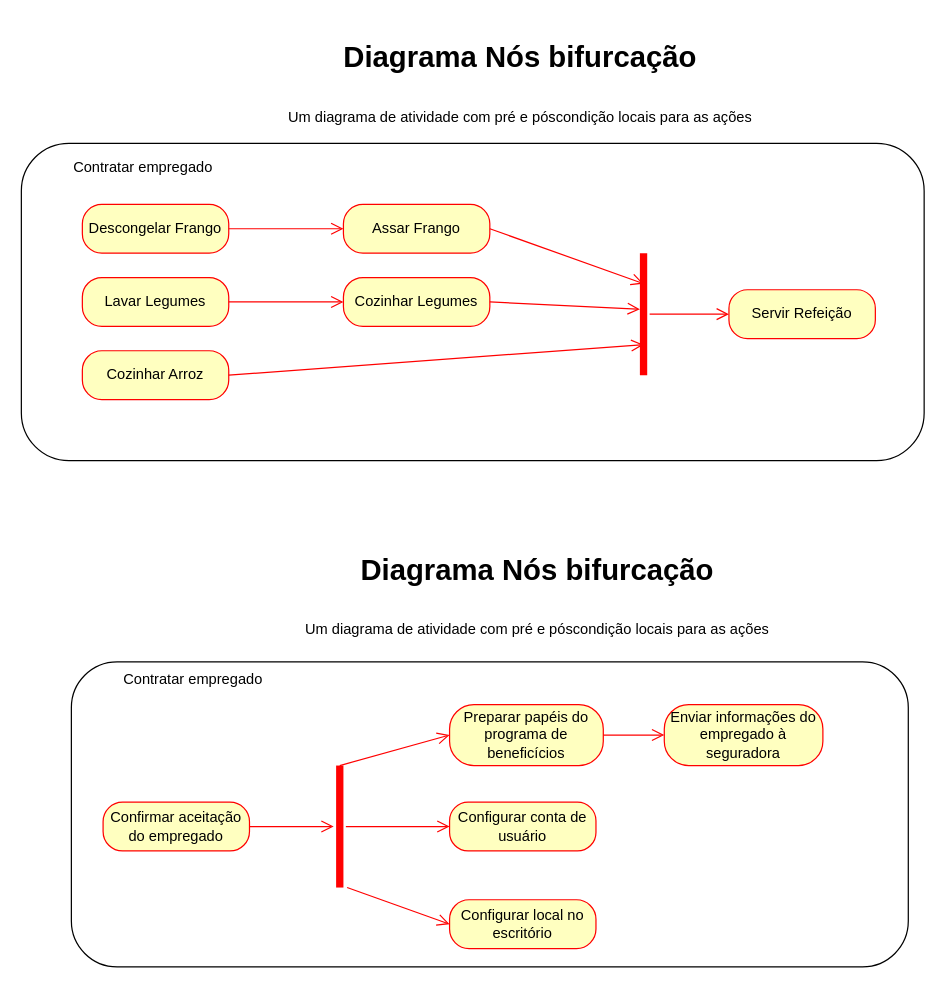
The draw.io diagram page "Nós bifurcação" (5 of 7) of Outros/POO UML/Aula 3/Diagrama de atividades.drawio in luiscarlosjunior/aulas-graduacao, before the edit. Source tidied: cells renumbered, new cells numbered last; positions are measured from the earlier drawing's top-left corner, leaving out a move shared by most shapes. Both pictures are drawn from the tidied source at 122%, with x=0, y=0 at pixel (21, 33).
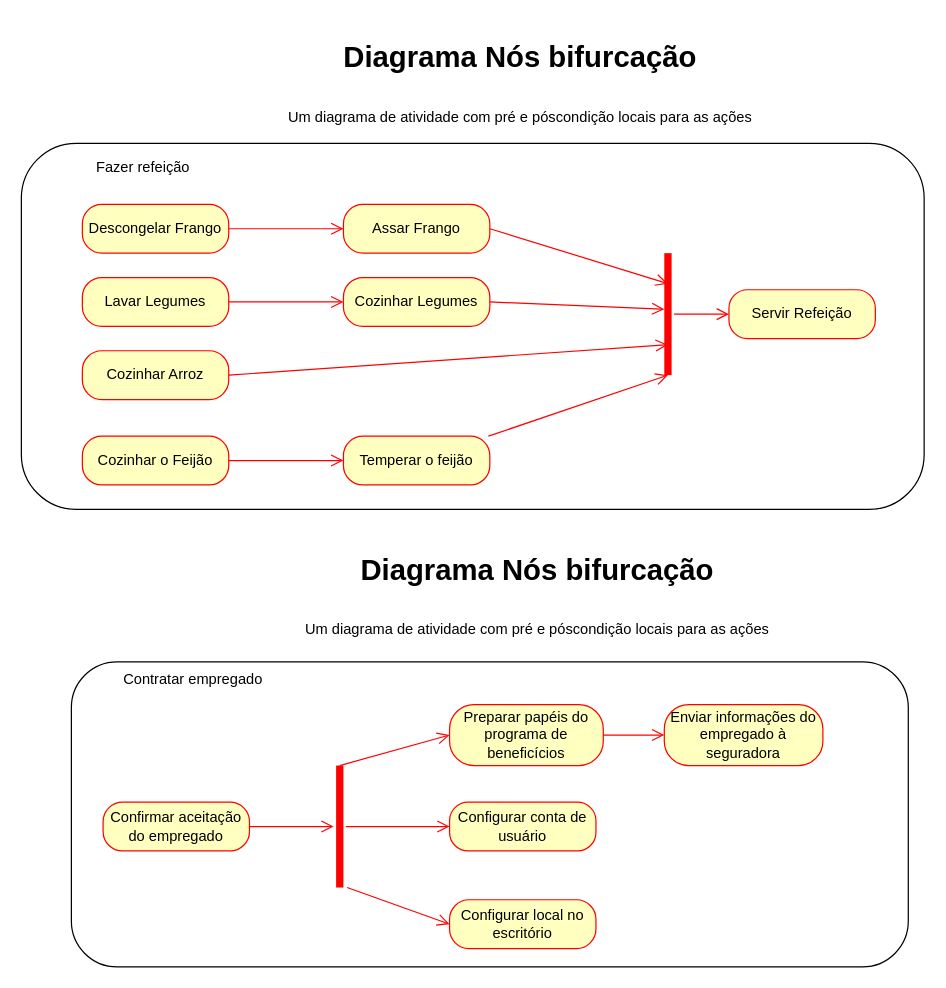
After the change.

What changed in the source:
```diff
@@
     <mxCell id="3" style="rounded=1;whiteSpace=wrap;html=1;fillColor=none;" parent="1" vertex="1">
-      <mxGeometry y="90" width="740" height="260" as="geometry" />
+      <mxGeometry y="90" width="740" height="300" as="geometry" />
     </mxCell>
@@
-    <mxCell id="6" value="Contratar empregado" style="text;html=1;strokeColor=none;fillColor=none;align=center;verticalAlign=middle;whiteSpace=wrap;rounded=0;" parent="1" vertex="1">
+    <mxCell id="6" value="Fazer refeição" style="text;html=1;strokeColor=none;fillColor=none;align=center;verticalAlign=middle;whiteSpace=wrap;rounded=0;" parent="1" vertex="1">
       <mxGeometry x="30" y="100" width="140" height="20" as="geometry" />
     </mxCell>
@@
     <mxCell id="10" style="shape=line;html=1;strokeWidth=6;strokeColor=#ff0000;rounded=1;sketch=0;fillColor=none;rotation=-90;" parent="1" vertex="1">
-      <mxGeometry x="460" y="225" width="100" height="10" as="geometry" />
+      <mxGeometry x="480" y="225" width="100" height="10" as="geometry" />
     </mxCell>
@@
+    <mxCell id="32" value="Cozinhar o Feijão" style="rounded=1;whiteSpace=wrap;html=1;arcSize=40;fontColor=#000000;fillColor=#ffffc0;strokeColor=#ff0000;" parent="1" vertex="1">
+      <mxGeometry x="50" y="330" width="120" height="40" as="geometry" />
+    </mxCell>
+    <mxCell id="33" style="html=1;verticalAlign=bottom;endArrow=open;endSize=8;strokeColor=#ff0000;entryX=0;entryY=0.5;entryDx=0;entryDy=0;" parent="1" edge="1" source="32" target="34">
+      <mxGeometry relative="1" as="geometry" />
+    </mxCell>
+    <mxCell id="34" value="Temperar o feijão" style="rounded=1;whiteSpace=wrap;html=1;arcSize=40;fontColor=#000000;fillColor=#ffffc0;strokeColor=#ff0000;" parent="1" vertex="1">
+      <mxGeometry x="264" y="330" width="120" height="40" as="geometry" />
+    </mxCell>
+    <mxCell id="35" style="html=1;verticalAlign=bottom;endArrow=open;endSize=8;strokeColor=#ff0000;entryX=0;entryY=0.5;entryDx=0;entryDy=0;entryPerimeter=0;" parent="1" edge="1" source="34" target="10">
+      <mxGeometry relative="1" as="geometry" />
+    </mxCell>
```
